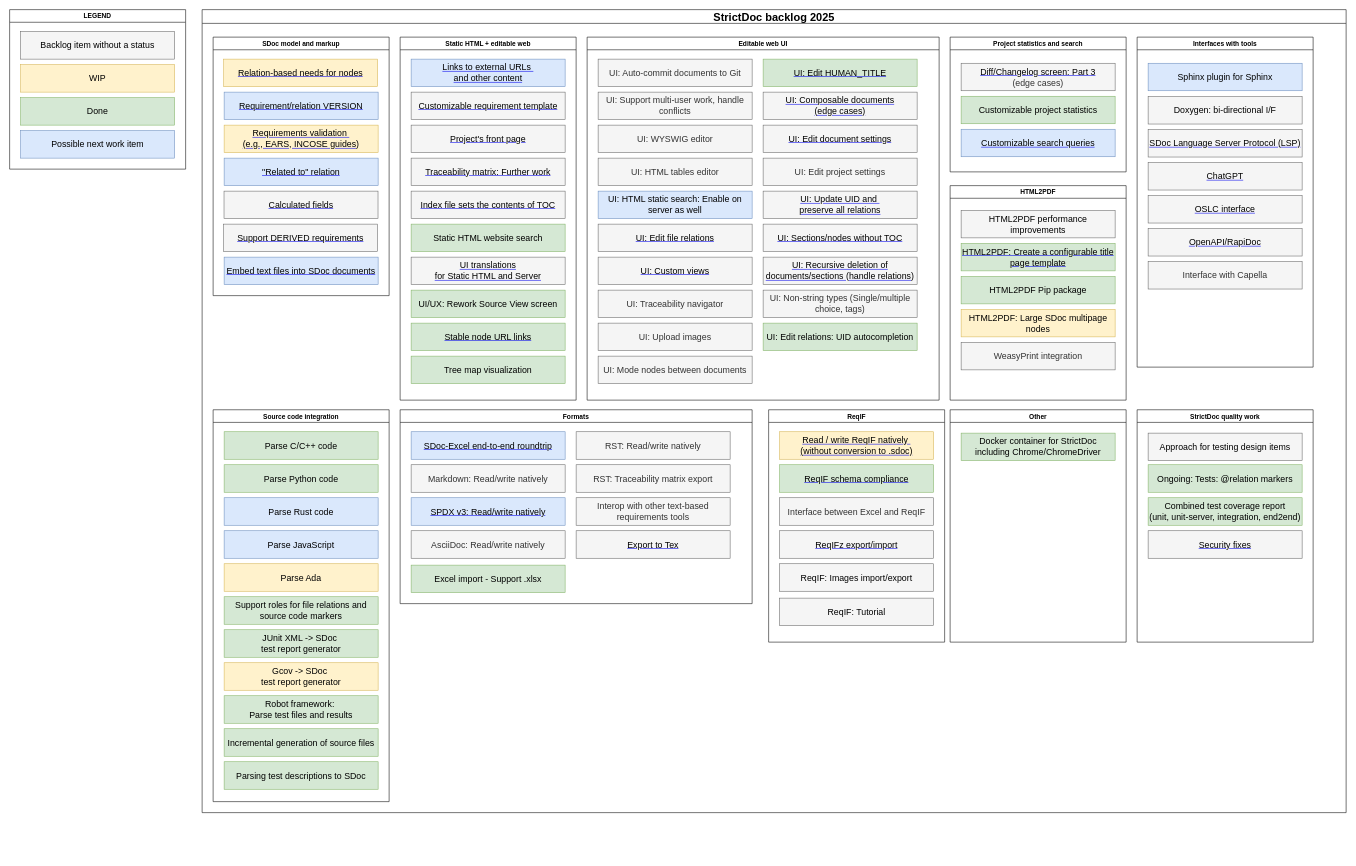
Earlier version of the draw.io diagram developer/drawio/Backlog.drawio (strictdoc-project/strictdoc). Source tidied: cells renumbered, new cells numbered last; positions are measured from the earlier drawing's top-left corner, leaving out a move shared by most shapes. Both pictures are drawn from the tidied source at 55%, with x=0, y=0 at pixel (9, 9).
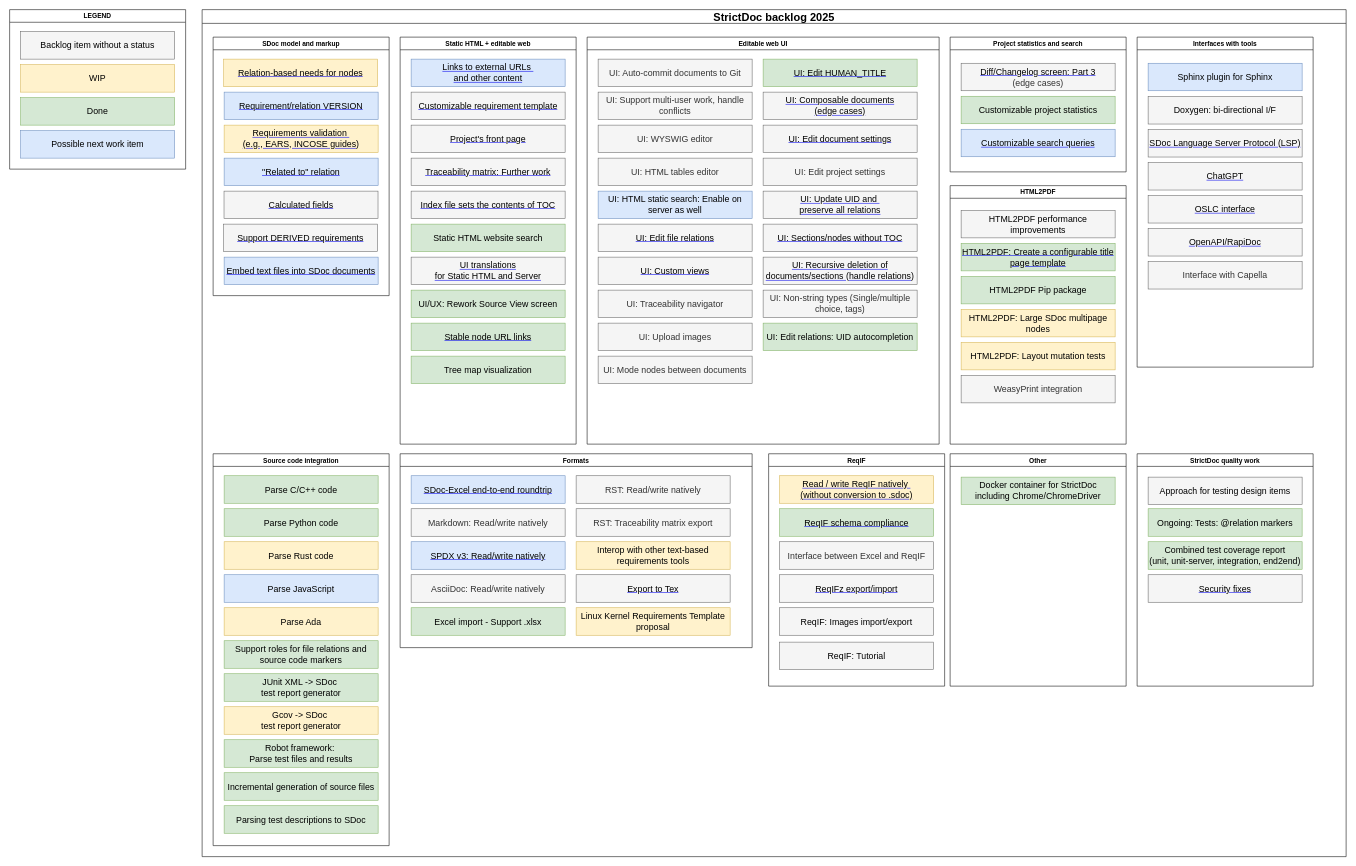
The same diagram, later.

Commit message (it also covers changes not shown here):
docs: update roadmap/backlog

Diff of the diagram source:
```diff
@@
     <mxCell id="2" value="StrictDoc backlog 2025" style="swimlane;swimlaneFillColor=default;fontSize=20;startSize=25;" parent="1" vertex="1">
-      <mxGeometry x="350" width="2080" height="1460" as="geometry" />
+      <mxGeometry x="350" width="2080" height="1540" as="geometry" />
     </mxCell>
     <mxCell id="3" value="HTML2PDF" style="swimlane;" parent="2" vertex="1">
-      <mxGeometry x="1360" y="320" width="320" height="390" as="geometry" />
+      <mxGeometry x="1360" y="320" width="320" height="470" as="geometry" />
     </mxCell>
@@
     <mxCell id="8" value="WeasyPrint integration" style="text;html=1;strokeColor=#666666;fillColor=#f5f5f5;align=center;verticalAlign=middle;whiteSpace=wrap;rounded=0;fontStyle=0;fontSize=16;fontColor=#333333;" parent="3" vertex="1">
-      <mxGeometry x="20" y="285" width="280" height="50" as="geometry" />
+      <mxGeometry x="20" y="345" width="280" height="50" as="geometry" />
     </mxCell>
+    <mxCell id="101" value="&lt;font color=&quot;#000000&quot;&gt;HTML2PDF: Layout mutation tests&lt;/font&gt;" style="text;html=1;strokeColor=#d6b656;fillColor=#fff2cc;align=center;verticalAlign=middle;whiteSpace=wrap;rounded=0;fontStyle=0;fontSize=16;" parent="3" vertex="1">
+      <mxGeometry x="20" y="285" width="280" height="50" as="geometry" />
+    </mxCell>
@@
     <mxCell id="13" value="ReqIF" style="swimlane;" parent="2" vertex="1">
-      <mxGeometry x="1030" y="727.5" width="320" height="422.5" as="geometry" />
+      <mxGeometry x="1030" y="807.5" width="320" height="422.5" as="geometry" />
     </mxCell>
@@
     <mxCell id="28" value="Editable web UI" style="swimlane;" parent="2" vertex="1">
-      <mxGeometry x="700" y="50" width="640" height="660" as="geometry" />
+      <mxGeometry x="700" y="50" width="640" height="740" as="geometry" />
     </mxCell>
@@
     <mxCell id="48" value="Formats" style="swimlane;" parent="2" vertex="1">
-      <mxGeometry x="360" y="727.5" width="640" height="352.5" as="geometry" />
+      <mxGeometry x="360" y="807.5" width="640" height="352.5" as="geometry" />
     </mxCell>
@@
-    <mxCell id="53" value="Interop with other text-based requirements tools" style="text;html=1;strokeColor=#666666;fillColor=#f5f5f5;align=center;verticalAlign=middle;whiteSpace=wrap;rounded=0;fontStyle=0;fontSize=16;fontColor=#333333;" parent="48" vertex="1">
+    <mxCell id="53" value="Interop with other text-based requirements tools" style="text;html=1;strokeColor=#d6b656;fillColor=#fff2cc;align=center;verticalAlign=middle;whiteSpace=wrap;rounded=0;fontStyle=0;fontSize=16;" parent="48" vertex="1">
       <mxGeometry x="320" y="160" width="280" height="50" as="geometry" />
     </mxCell>
@@
     <mxCell id="57" value="Excel import - Support .xlsx" style="text;html=1;strokeColor=#82b366;fillColor=#d5e8d4;align=center;verticalAlign=middle;whiteSpace=wrap;rounded=0;fontStyle=0;fontSize=16;" parent="48" vertex="1">
-      <mxGeometry x="20" y="282.5" width="280" height="50" as="geometry" />
+      <mxGeometry x="20" y="280" width="280" height="50" as="geometry" />
     </mxCell>
+    <mxCell id="102" value="Linux Kernel Requirements Template proposal" style="text;html=1;strokeColor=#d6b656;fillColor=#fff2cc;align=center;verticalAlign=middle;whiteSpace=wrap;rounded=0;fontStyle=0;fontSize=16;" parent="48" vertex="1">
+      <mxGeometry x="320" y="280" width="280" height="50" as="geometry" />
+    </mxCell>
@@
     <mxCell id="66" value="Static HTML + editable web" style="swimlane;" parent="2" vertex="1">
-      <mxGeometry x="360" y="50" width="320" height="660" as="geometry" />
+      <mxGeometry x="360" y="50" width="320" height="740" as="geometry" />
     </mxCell>
@@
     <mxCell id="77" value="Source code integration" style="swimlane;" parent="2" vertex="1">
-      <mxGeometry x="20" y="727.5" width="320" height="712.5" as="geometry" />
+      <mxGeometry x="20" y="807.5" width="320" height="712.5" as="geometry" />
     </mxCell>
@@
-    <mxCell id="80" value="Parse Rust code" style="text;html=1;strokeColor=#6c8ebf;fillColor=#dae8fc;align=center;verticalAlign=middle;whiteSpace=wrap;rounded=0;fontStyle=0;fontSize=16;" parent="77" vertex="1">
+    <mxCell id="80" value="Parse Rust code" style="text;html=1;strokeColor=#d6b656;fillColor=#fff2cc;align=center;verticalAlign=middle;whiteSpace=wrap;rounded=0;fontStyle=0;fontSize=16;" parent="77" vertex="1">
       <mxGeometry x="20" y="160" width="280" height="50" as="geometry" />
     </mxCell>
@@
     <mxCell id="89" value="StrictDoc quality work" style="swimlane;" parent="2" vertex="1">
-      <mxGeometry x="1700" y="727.5" width="320" height="422.5" as="geometry" />
+      <mxGeometry x="1700" y="807.5" width="320" height="422.5" as="geometry" />
     </mxCell>
@@
     <mxCell id="94" value="Other" style="swimlane;" parent="2" vertex="1">
-      <mxGeometry x="1360" y="727.5" width="320" height="422.5" as="geometry" />
+      <mxGeometry x="1360" y="807.5" width="320" height="422.5" as="geometry" />
     </mxCell>
```
